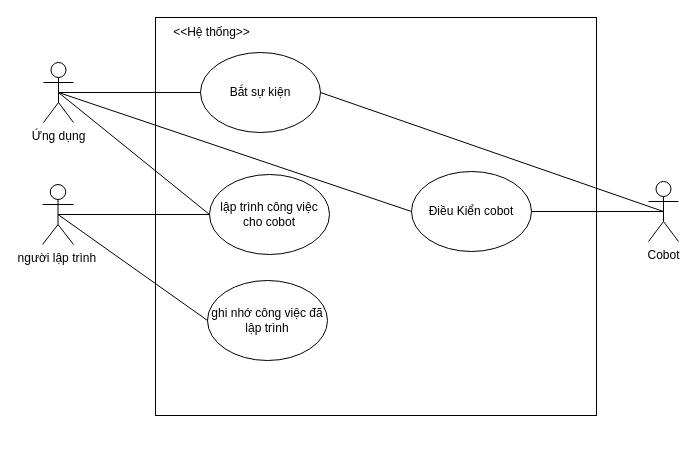
This is page "Page-1" (1 of 8) of user_diagram.drawio from LTDat-HustK65/GP_main_system, a draw.io file, before an edit. Source tidied: cells renumbered, new cells numbered last; positions are measured from the earlier drawing's top-left corner, leaving out a move shared by most shapes. Both pictures are drawn from the tidied source at 100%, with x=0, y=0 at pixel (42, 17).
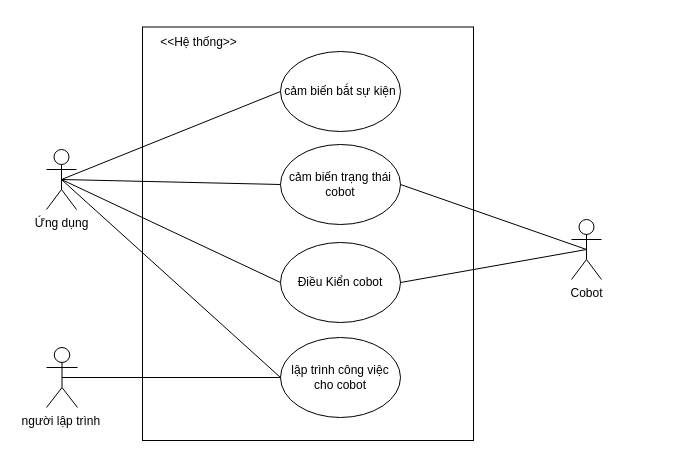
The same page after the edit.

Change to the diagram source:
```diff
@@
 <mxGraphModel>
   <root>
     <mxCell id="0" />
     <mxCell id="1" parent="0" />
     <mxCell id="2" value="người lập trình&amp;nbsp;" style="shape=umlActor;verticalLabelPosition=bottom;verticalAlign=top;html=1;outlineConnect=0;" parent="1" vertex="1">
-      <mxGeometry y="167" width="31" height="60" as="geometry" />
+      <mxGeometry x="4" y="330" width="31" height="60" as="geometry" />
     </mxCell>
     <mxCell id="3" style="rounded=0;whiteSpace=wrap;html=1;align=center;" parent="1" vertex="1">
-      <mxGeometry x="113" width="441" height="398" as="geometry" />
+      <mxGeometry x="100" y="9.5" width="331" height="413.5" as="geometry" />
     </mxCell>
     <mxCell id="4" value="lập trình công việc cho cobot" style="ellipse;whiteSpace=wrap;html=1;" parent="1" vertex="1">
-      <mxGeometry x="167" y="157" width="120" height="80" as="geometry" />
+      <mxGeometry x="238" y="320" width="120" height="80" as="geometry" />
     </mxCell>
     <mxCell id="5" style="endArrow=none;html=1;rounded=0;exitX=0.5;exitY=0.5;exitDx=0;exitDy=0;exitPerimeter=0;entryX=0;entryY=0.5;entryDx=0;entryDy=0;" parent="1" edge="1" source="2" target="4">
       <mxGeometry relative="1" as="geometry" />
     </mxCell>
-    <mxCell id="6" value="ghi nhớ công việc đã lập trình" style="ellipse;whiteSpace=wrap;html=1;" parent="1" vertex="1">
-      <mxGeometry x="165" y="263" width="120" height="80" as="geometry" />
-    </mxCell>
     <mxCell id="7" value="&amp;lt;&amp;lt;Hệ thống&amp;gt;&amp;gt;" style="text;html=1;align=center;verticalAlign=middle;whiteSpace=wrap;rounded=0;" parent="1" vertex="1">
-      <mxGeometry x="113" width="113" height="30" as="geometry" />
+      <mxGeometry x="100" y="9.5" width="113" height="30" as="geometry" />
     </mxCell>
-    <mxCell id="8" style="endArrow=none;html=1;rounded=0;entryX=0;entryY=0.5;entryDx=0;entryDy=0;exitX=0.5;exitY=0.5;exitDx=0;exitDy=0;exitPerimeter=0;" parent="1" edge="1" source="2" target="6">
-      <mxGeometry relative="1" as="geometry" />
-    </mxCell>
     <mxCell id="9" value="Ứng dụng" style="shape=umlActor;verticalLabelPosition=bottom;verticalAlign=top;html=1;outlineConnect=0;" parent="1" vertex="1">
-      <mxGeometry x="1" y="45" width="30" height="60" as="geometry" />
+      <mxGeometry x="4" y="132" width="30" height="60" as="geometry" />
     </mxCell>
     <mxCell id="10" value="Điều Kiển cobot" style="ellipse;whiteSpace=wrap;html=1;" parent="1" vertex="1">
-      <mxGeometry x="369" y="154" width="120" height="80" as="geometry" />
+      <mxGeometry x="238" y="225" width="120" height="80" as="geometry" />
     </mxCell>
     <mxCell id="11" value="Cobot" style="shape=umlActor;verticalLabelPosition=bottom;verticalAlign=top;html=1;outlineConnect=0;" parent="1" vertex="1">
-      <mxGeometry x="606" y="164" width="30" height="60" as="geometry" />
+      <mxGeometry x="529" y="202" width="30" height="60" as="geometry" />
     </mxCell>
-    <mxCell id="12" value="Bắt sự kiện" style="ellipse;whiteSpace=wrap;html=1;" parent="1" vertex="1">
-      <mxGeometry x="158" y="35" width="120" height="80" as="geometry" />
+    <mxCell id="12" value="cảm biến bắt sự kiện" style="ellipse;whiteSpace=wrap;html=1;" parent="1" vertex="1">
+      <mxGeometry x="238" y="34" width="120" height="80" as="geometry" />
     </mxCell>
     <mxCell id="13" style="endArrow=none;html=1;rounded=0;exitX=0.5;exitY=0.5;exitDx=0;exitDy=0;exitPerimeter=0;entryX=0;entryY=0.5;entryDx=0;entryDy=0;" parent="1" edge="1" source="9" target="12">
       <mxGeometry relative="1" as="geometry" />
     </mxCell>
     <mxCell id="14" style="endArrow=none;html=1;rounded=0;entryX=0;entryY=0.5;entryDx=0;entryDy=0;exitX=0.5;exitY=0.5;exitDx=0;exitDy=0;exitPerimeter=0;" parent="1" edge="1" source="9" target="4">
       <mxGeometry relative="1" as="geometry" />
     </mxCell>
     <mxCell id="15" style="endArrow=none;html=1;rounded=0;entryX=0.5;entryY=0.5;entryDx=0;entryDy=0;entryPerimeter=0;exitX=1;exitY=0.5;exitDx=0;exitDy=0;" parent="1" edge="1" source="10" target="11">
       <mxGeometry relative="1" as="geometry" />
     </mxCell>
     <mxCell id="16" style="endArrow=none;html=1;rounded=0;exitX=0.5;exitY=0.5;exitDx=0;exitDy=0;exitPerimeter=0;entryX=0;entryY=0.5;entryDx=0;entryDy=0;" parent="1" edge="1" source="9" target="10">
       <mxGeometry relative="1" as="geometry" />
     </mxCell>
-    <mxCell id="17" style="endArrow=none;html=1;rounded=0;exitX=1;exitY=0.5;exitDx=0;exitDy=0;entryX=0.5;entryY=0.5;entryDx=0;entryDy=0;entryPerimeter=0;" parent="1" edge="1" source="12" target="11">
-      <mxGeometry relative="1" as="geometry" />
-    </mxCell>
+    <mxCell id="18" value="cảm biến trạng thái cobot" style="ellipse;whiteSpace=wrap;html=1;" parent="1" vertex="1">
+      <mxGeometry x="238" y="127" width="120" height="80" as="geometry" />
+    </mxCell>
+    <mxCell id="19" style="endArrow=none;html=1;rounded=0;exitX=0.5;exitY=0.5;exitDx=0;exitDy=0;exitPerimeter=0;entryX=0;entryY=0.5;entryDx=0;entryDy=0;" parent="1" edge="1" source="9" target="18">
+      <mxGeometry relative="1" as="geometry" />
+    </mxCell>
+    <mxCell id="20" style="endArrow=none;html=1;rounded=0;entryX=1;entryY=0.5;entryDx=0;entryDy=0;exitX=0.5;exitY=0.5;exitDx=0;exitDy=0;exitPerimeter=0;" parent="1" edge="1" source="11" target="18">
+      <mxGeometry relative="1" as="geometry" />
+    </mxCell>
   </root>
 </mxGraphModel>
```
